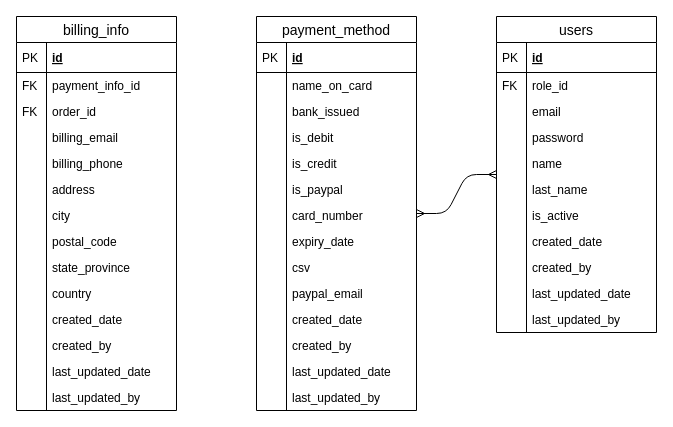
Above: page "Payment Management" (4 of 8) of phase 2/HelloFresh_Phase_2.drawio in IcedTea0000/data-analyst-demo (draw.io), before the change. Source tidied: cells renumbered, new cells numbered last; positions are measured from the earlier drawing's top-left corner, leaving out a move shared by most shapes. Both pictures are drawn from the tidied source at 100%, with x=0, y=0 at pixel (16, 16).
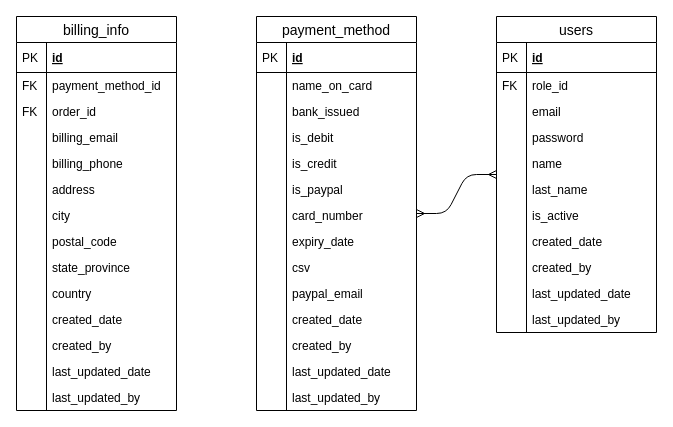
The same diagram, later.

The change refers to these unchanged cells:
```xml
<mxCell id="2" value="billing_info" style="swimlane;fontStyle=0;horizontal=1;startSize=26;align=center;fontSize=14;fillColor=#FFFFFF;" parent="1" vertex="1">
  <mxGeometry width="160" height="394" as="geometry" />
</mxCell>
```

Diff of the diagram source:
```diff
@@
-    <mxCell id="5" value="payment_info_id" style="shape=partialRectangle;top=0;left=0;right=0;bottom=0;align=left;verticalAlign=top;fillColor=none;spacingLeft=34;spacingRight=4;overflow=hidden;fontSize=12;" parent="2" vertex="1">
+    <mxCell id="5" value="payment_method_id" style="shape=partialRectangle;top=0;left=0;right=0;bottom=0;align=left;verticalAlign=top;fillColor=none;spacingLeft=34;spacingRight=4;overflow=hidden;fontSize=12;" parent="2" vertex="1">
       <mxGeometry y="56" width="160" height="26" as="geometry" />
     </mxCell>
```
